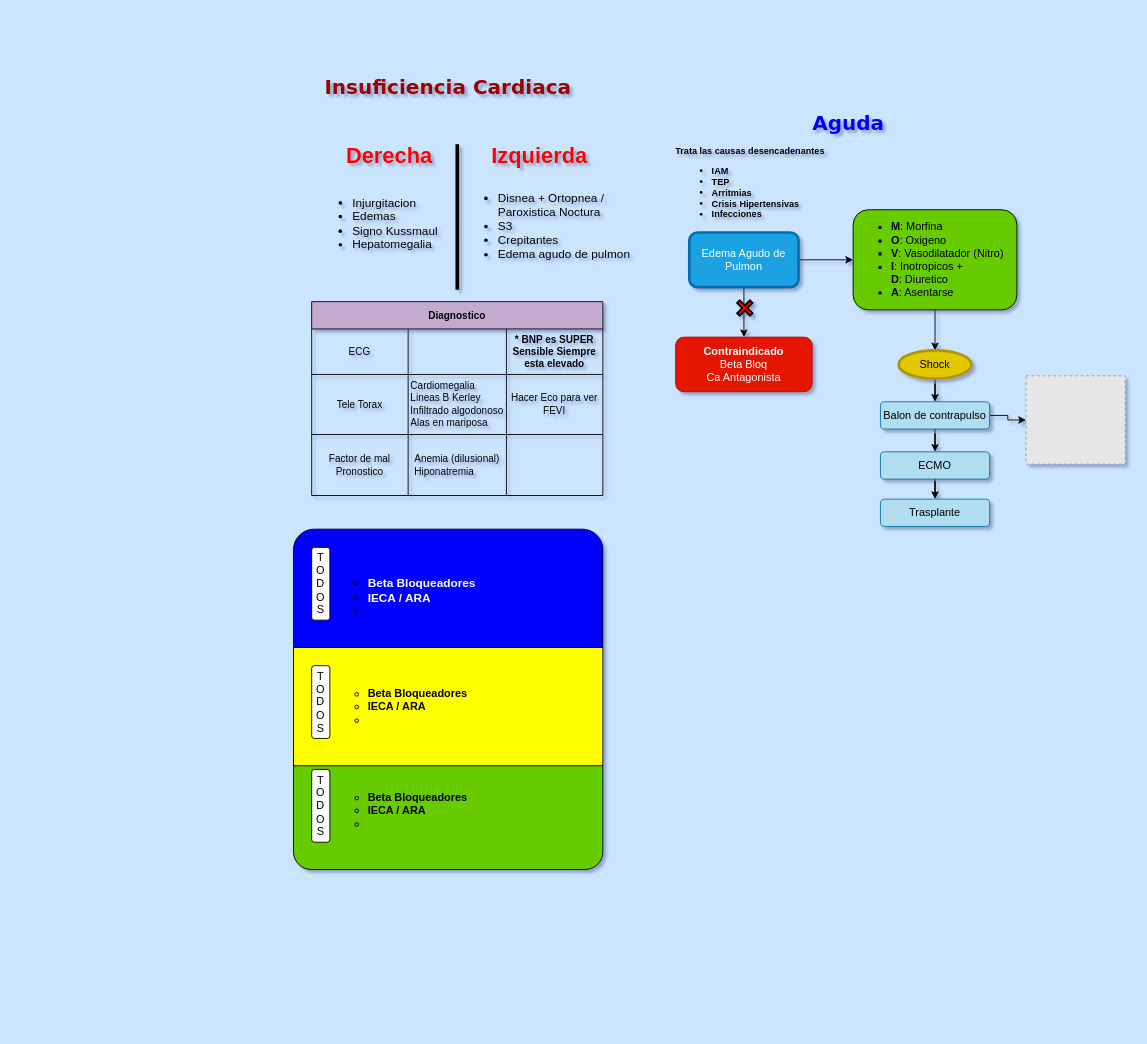
Above: Cardio 2.drawio in Santicabal/Apuntes (draw.io), before the change. Source tidied: cells renumbered, new cells numbered last; positions are measured from the earlier drawing's top-left corner, leaving out a move shared by most shapes. Both pictures are drawn from the tidied source at 91%, with x=0, y=0 at pixel (293, 74). Pictures stored in the file or linked from it are replaced by grey dashed boxes.
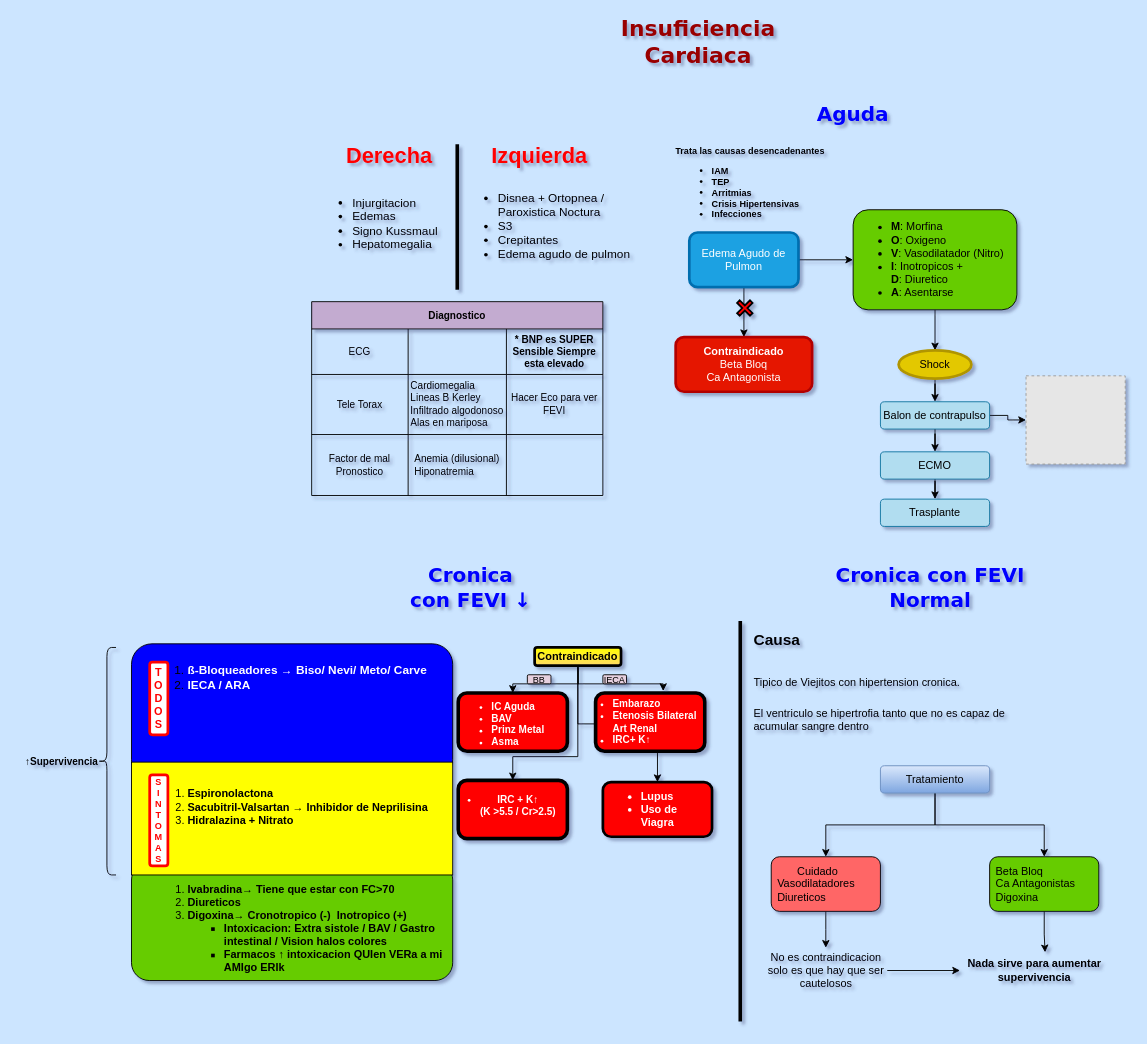
The same diagram, later.

Change to the diagram source:
```diff
@@
-    <mxCell id="2" value="&lt;ul&gt;&lt;ul&gt;&lt;li&gt;&lt;b&gt;Beta Bloqueadores&lt;/b&gt;&lt;/li&gt;&lt;li&gt;&lt;b&gt;IECA / ARA&lt;/b&gt;&lt;/li&gt;&lt;li&gt;&lt;br&gt;&lt;/li&gt;&lt;/ul&gt;&lt;/ul&gt;" style="html=1;whiteSpace=wrap;align=left;rounded=1;fillColor=#66CC00;" parent="1" vertex="1">
-      <mxGeometry y="744" width="340" height="130" as="geometry" />
+    <mxCell id="2" value="&lt;ul&gt;&lt;ol&gt;&lt;li&gt;&lt;b style=&quot;background-color: initial;&quot;&gt;Ivabradina→ Tiene que estar con FC&amp;gt;70&lt;/b&gt;&lt;br&gt;&lt;/li&gt;&lt;li&gt;&lt;b style=&quot;background-color: initial;&quot;&gt;Diureticos&lt;/b&gt;&lt;/li&gt;&lt;li&gt;&lt;b style=&quot;background-color: initial;&quot;&gt;Digoxina→ Cronotropico (-)&amp;nbsp; Inotropico (+)&lt;/b&gt;&lt;/li&gt;&lt;ul&gt;&lt;li&gt;&lt;b style=&quot;background-color: initial;&quot;&gt;Intoxicacion: Extra sistole / BAV / Gastro intestinal / Vision halos colores&lt;/b&gt;&lt;/li&gt;&lt;li&gt;&lt;b style=&quot;background-color: initial;&quot;&gt;Farmacos ↑ intoxicacion QUIen VERa a mi AMIgo ERIk&amp;nbsp;&lt;/b&gt;&lt;/li&gt;&lt;/ul&gt;&lt;/ol&gt;&lt;/ul&gt;" style="html=1;whiteSpace=wrap;align=left;rounded=1;fillColor=#66CC00;spacingLeft=-20;spacingBottom=-15;" parent="1" vertex="1">
+      <mxGeometry x="-178" y="866" width="353" height="130" as="geometry" />
     </mxCell>
-    <mxCell id="3" value="T&lt;br&gt;O&lt;br&gt;D&lt;br&gt;O&lt;br&gt;S" style="triangle;html=1;whiteSpace=wrap;shape=ext;perimeter=rectanglePerimeter;rounded=1;" parent="2" vertex="1">
-      <mxGeometry x="20" y="20" width="20" height="80" as="geometry" />
-    </mxCell>
-    <mxCell id="4" value="&lt;ul style=&quot;font-size: 13px;&quot;&gt;&lt;ul&gt;&lt;li&gt;&lt;font style=&quot;font-size: 13px;&quot; color=&quot;#ffffff&quot;&gt;&lt;b&gt;Beta Bloqueadores&lt;/b&gt;&lt;/font&gt;&lt;/li&gt;&lt;li&gt;&lt;font style=&quot;font-size: 13px;&quot; color=&quot;#ffffff&quot;&gt;&lt;b&gt;IECA / ARA&lt;/b&gt;&lt;/font&gt;&lt;/li&gt;&lt;li&gt;&lt;br&gt;&lt;/li&gt;&lt;/ul&gt;&lt;/ul&gt;" style="html=1;whiteSpace=wrap;align=left;rounded=1;fillColor=#0000FF;" parent="1" vertex="1">
-      <mxGeometry y="500" width="340" height="150" as="geometry" />
+    <mxCell id="4" value="&lt;ul style=&quot;font-size: 13px;&quot;&gt;&lt;ol&gt;&lt;li&gt;&lt;font style=&quot;font-size: 13px;&quot; color=&quot;#ffffff&quot;&gt;&lt;b&gt;ß-Bloqueadores → Biso/ Nevi/ Meto/ Carve&lt;/b&gt;&lt;/font&gt;&lt;/li&gt;&lt;li&gt;&lt;font style=&quot;font-size: 13px;&quot; color=&quot;#ffffff&quot;&gt;&lt;b&gt;IECA / ARA&amp;nbsp;&lt;/b&gt;&lt;/font&gt;&lt;/li&gt;&lt;/ol&gt;&lt;/ul&gt;" style="html=1;whiteSpace=wrap;align=left;rounded=1;fillColor=#0000FF;spacingLeft=-20;spacingBottom=76;" parent="1" vertex="1">
+      <mxGeometry x="-178" y="626" width="353" height="150" as="geometry" />
     </mxCell>
-    <mxCell id="5" value="T&lt;br&gt;O&lt;br&gt;D&lt;br&gt;O&lt;br&gt;S" style="triangle;html=1;whiteSpace=wrap;shape=ext;perimeter=rectanglePerimeter;rounded=1;" parent="4" vertex="1">
+    <mxCell id="5" value="T&lt;br&gt;O&lt;br&gt;D&lt;br&gt;O&lt;br&gt;S" style="triangle;html=1;whiteSpace=wrap;shape=ext;perimeter=rectanglePerimeter;rounded=1;strokeWidth=3;strokeColor=#FF0000;fontStyle=1;fontColor=#FF0000;" parent="4" vertex="1">
       <mxGeometry x="20" y="20" width="20" height="80" as="geometry" />
     </mxCell>
-    <mxCell id="6" value="&lt;ul&gt;&lt;ul&gt;&lt;li&gt;&lt;b&gt;Beta Bloqueadores&lt;/b&gt;&lt;/li&gt;&lt;li&gt;&lt;b&gt;IECA / ARA&lt;/b&gt;&lt;/li&gt;&lt;li&gt;&lt;br&gt;&lt;/li&gt;&lt;/ul&gt;&lt;/ul&gt;" style="html=1;whiteSpace=wrap;align=left;fillColor=#FFFF00;" parent="1" vertex="1">
-      <mxGeometry y="630" width="340" height="130" as="geometry" />
+    <mxCell id="6" value="&lt;div&gt;&lt;br&gt;&lt;/div&gt;&lt;ul&gt;&lt;ol&gt;&lt;li&gt;&lt;b&gt;Espironolactona&lt;/b&gt;&lt;/li&gt;&lt;li&gt;&lt;b&gt;Sacubitril-Valsartan → Inhibidor de Neprilisina&lt;/b&gt;&lt;/li&gt;&lt;li&gt;&lt;b&gt;Hidralazina + Nitrato&lt;/b&gt;&lt;/li&gt;&lt;/ol&gt;&lt;/ul&gt;" style="html=1;whiteSpace=wrap;align=left;fillColor=#FFFF00;spacingLeft=-20;spacingBottom=40;" parent="1" vertex="1">
+      <mxGeometry x="-178" y="756" width="353" height="124" as="geometry" />
     </mxCell>
-    <mxCell id="7" value="T&lt;br&gt;O&lt;br&gt;D&lt;br&gt;O&lt;br&gt;S" style="triangle;html=1;whiteSpace=wrap;shape=ext;perimeter=rectanglePerimeter;rounded=1;" parent="6" vertex="1">
-      <mxGeometry x="20" y="20" width="20" height="80" as="geometry" />
+    <mxCell id="7" value="S&lt;br style=&quot;font-size: 10px;&quot;&gt;I&lt;br style=&quot;font-size: 10px;&quot;&gt;N&lt;br style=&quot;font-size: 10px;&quot;&gt;T&lt;br style=&quot;font-size: 10px;&quot;&gt;O&lt;br style=&quot;font-size: 10px;&quot;&gt;M&lt;br style=&quot;font-size: 10px;&quot;&gt;A&lt;br style=&quot;font-size: 10px;&quot;&gt;S" style="triangle;html=1;whiteSpace=wrap;shape=ext;perimeter=rectanglePerimeter;rounded=1;fontSize=10;strokeColor=#FF0000;strokeWidth=3;fontStyle=1;fontColor=#FF0000;" parent="6" vertex="1">
+      <mxGeometry x="20" y="14" width="20" height="100" as="geometry" />
     </mxCell>
     <mxCell id="8" value="&lt;font color=&quot;#0000ff&quot;&gt;Aguda&lt;/font&gt;" style="text;html=1;strokeColor=none;fillColor=none;align=center;verticalAlign=middle;whiteSpace=wrap;rounded=0;fontFamily=Verdana;fontSize=22;fontStyle=1;fontColor=#990000;" parent="1" vertex="1">
-      <mxGeometry x="465" y="40" width="290" height="30" as="geometry" />
+      <mxGeometry x="555" y="30" width="120" height="30" as="geometry" />
     </mxCell>
-    <mxCell id="9" value="Insuficiencia Cardiaca" style="text;html=1;strokeColor=none;fillColor=none;align=center;verticalAlign=middle;whiteSpace=wrap;rounded=0;fontFamily=Verdana;fontSize=22;fontStyle=1;fontColor=#990000;" parent="1" vertex="1">
-      <mxGeometry x="25" width="290" height="30" as="geometry" />
+    <mxCell id="9" value="Insuficiencia Cardiaca" style="text;html=1;strokeColor=none;fillColor=none;align=center;verticalAlign=middle;whiteSpace=wrap;rounded=0;fontFamily=Verdana;fontSize=24;fontStyle=1;fontColor=#990000;" parent="1" vertex="1">
+      <mxGeometry x="300" y="-50" width="290" height="30" as="geometry" />
     </mxCell>
@@
-    <mxCell id="33" value="&lt;b&gt;Contraindicado&lt;/b&gt;&lt;br&gt;Beta Bloq&lt;br&gt;Ca Antagonista" style="whiteSpace=wrap;html=1;rounded=1;fillColor=#e51400;fontColor=#ffffff;strokeColor=#B20000;" parent="1" vertex="1">
+    <mxCell id="33" value="&lt;b&gt;Contraindicado&lt;/b&gt;&lt;br&gt;Beta Bloq&lt;br&gt;Ca Antagonista" style="whiteSpace=wrap;html=1;rounded=1;fillColor=#e51400;fontColor=#ffffff;strokeColor=#B20000;strokeWidth=3;" parent="1" vertex="1">
       <mxGeometry x="420" y="289" width="150" height="60" as="geometry" />
     </mxCell>
@@
+    <mxCell id="45" value="&lt;font color=&quot;#0000ff&quot;&gt;Cronica con FEVI ↓&lt;/font&gt;" style="text;html=1;strokeColor=none;fillColor=none;align=center;verticalAlign=middle;whiteSpace=wrap;rounded=0;fontFamily=Verdana;fontSize=22;fontStyle=1;fontColor=#990000;" parent="1" vertex="1">
+      <mxGeometry x="125" y="550" width="140" height="30" as="geometry" />
+    </mxCell>
+    <mxCell id="46" value="&lt;font color=&quot;#0000ff&quot;&gt;Cronica con FEVI Normal&lt;/font&gt;" style="text;html=1;strokeColor=none;fillColor=none;align=center;verticalAlign=middle;whiteSpace=wrap;rounded=0;fontFamily=Verdana;fontSize=22;fontStyle=1;fontColor=#990000;" parent="1" vertex="1">
+      <mxGeometry x="590" y="500" width="220" height="130" as="geometry" />
+    </mxCell>
+    <mxCell id="47" value="&lt;h1&gt;&lt;span style=&quot;background-color: initial; font-size: 17px;&quot;&gt;Causa&lt;/span&gt;&lt;/h1&gt;&lt;h1&gt;&lt;span style=&quot;font-size: 12px; font-weight: 400;&quot;&gt;Tipico de Viejitos con hipertension cronica.&lt;/span&gt;&lt;/h1&gt;&lt;div&gt;&lt;span style=&quot;font-size: 12px; font-weight: 400;&quot;&gt;El ventriculo se hipertrofia tanto que no es capaz de acumular sangre dentro&lt;/span&gt;&lt;/div&gt;" style="text;html=1;strokeColor=none;fillColor=none;spacing=5;spacingTop=0;whiteSpace=wrap;overflow=hidden;rounded=0;" parent="1" vertex="1">
+      <mxGeometry x="501" y="580" width="309" height="150" as="geometry" />
+    </mxCell>
+    <mxCell id="48" style="line;strokeWidth=4;direction=south;html=1;perimeter=backbonePerimeter;" parent="1" vertex="1">
+      <mxGeometry x="486" y="601" width="10" height="440" as="geometry" />
+    </mxCell>
+    <mxCell id="49" style="edgeStyle=orthogonalEdgeStyle;rounded=0;jettySize=auto;html=1;" parent="1" edge="1" source="51" target="53">
+      <mxGeometry relative="1" as="geometry" />
+    </mxCell>
+    <mxCell id="50" style="edgeStyle=orthogonalEdgeStyle;rounded=0;jettySize=auto;html=1;" parent="1" edge="1" source="51" target="55">
+      <mxGeometry relative="1" as="geometry" />
+    </mxCell>
+    <mxCell id="51" value="Tratamiento" style="rounded=1;whiteSpace=wrap;html=1;fillColor=#dae8fc;gradientColor=#7ea6e0;strokeColor=#6c8ebf;" parent="1" vertex="1">
+      <mxGeometry x="645" y="760" width="120" height="30" as="geometry" />
+    </mxCell>
+    <mxCell id="52" style="edgeStyle=orthogonalEdgeStyle;rounded=0;jettySize=auto;html=1;" parent="1" edge="1" source="53">
+      <mxGeometry relative="1" as="geometry">
+        <mxPoint x="585" y="960" as="targetPoint" />
+      </mxGeometry>
+    </mxCell>
+    <mxCell id="53" value="&lt;div style=&quot;text-align: center;&quot;&gt;&lt;span style=&quot;background-color: initial;&quot;&gt;&amp;nbsp;Cuidado&lt;/span&gt;&lt;/div&gt;Vasodilatadores&lt;br&gt;Diureticos" style="whiteSpace=wrap;html=1;rounded=1;align=left;spacingLeft=5;fillColor=#FF6666;" parent="1" vertex="1">
+      <mxGeometry x="525" y="860" width="120" height="60" as="geometry" />
+    </mxCell>
+    <mxCell id="54" style="edgeStyle=orthogonalEdgeStyle;rounded=0;jettySize=auto;html=1;entryX=0.575;entryY=-0.167;entryDx=0;entryDy=0;entryPerimeter=0;" parent="1" edge="1" source="55" target="58">
+      <mxGeometry relative="1" as="geometry" />
+    </mxCell>
+    <mxCell id="55" value="Beta Bloq&lt;br&gt;Ca Antagonistas&lt;br&gt;Digoxina" style="whiteSpace=wrap;html=1;rounded=1;align=left;spacingLeft=5;fillColor=#66CC00;" parent="1" vertex="1">
+      <mxGeometry x="765" y="860" width="120" height="60" as="geometry" />
+    </mxCell>
+    <mxCell id="56" style="edgeStyle=orthogonalEdgeStyle;rounded=0;jettySize=auto;html=1;" parent="1" edge="1" source="57" target="58">
+      <mxGeometry relative="1" as="geometry" />
+    </mxCell>
+    <mxCell id="57" value="No es contraindicacion solo es que hay que ser cautelosos" style="text;html=1;strokeColor=none;fillColor=none;align=center;verticalAlign=middle;whiteSpace=wrap;rounded=0;" parent="1" vertex="1">
+      <mxGeometry x="517.5" y="970" width="135" height="30" as="geometry" />
+    </mxCell>
+    <mxCell id="58" value="&lt;b&gt;Nada sirve para aumentar supervivencia&lt;/b&gt;" style="text;html=1;strokeColor=none;fillColor=none;align=center;verticalAlign=middle;whiteSpace=wrap;rounded=0;" parent="1" vertex="1">
+      <mxGeometry x="732.5" y="970" width="162.5" height="30" as="geometry" />
+    </mxCell>
+    <mxCell id="59" style="edgeStyle=elbowEdgeStyle;rounded=0;jettySize=auto;html=1;entryX=0.5;entryY=1;entryDx=0;entryDy=0;elbow=vertical;" parent="1" edge="1" source="63" target="64">
+      <mxGeometry relative="1" as="geometry">
+        <Array as="points">
+          <mxPoint x="313" y="670" />
+        </Array>
+      </mxGeometry>
+    </mxCell>
+    <mxCell id="60" style="edgeStyle=elbowEdgeStyle;rounded=0;jettySize=auto;html=1;exitX=0.5;exitY=1;exitDx=0;exitDy=0;elbow=vertical;" parent="1" edge="1" source="63" target="68">
+      <mxGeometry relative="1" as="geometry">
+        <Array as="points">
+          <mxPoint x="241" y="750" />
+        </Array>
+      </mxGeometry>
+    </mxCell>
+    <mxCell id="61" style="edgeStyle=elbowEdgeStyle;rounded=0;jettySize=auto;html=1;entryX=0.619;entryY=-0.033;entryDx=0;entryDy=0;entryPerimeter=0;elbow=vertical;" parent="1" edge="1" source="63" target="65">
+      <mxGeometry relative="1" as="geometry">
+        <Array as="points">
+          <mxPoint x="365" y="670" />
+        </Array>
+      </mxGeometry>
+    </mxCell>
+    <mxCell id="62" style="edgeStyle=orthogonalEdgeStyle;rounded=0;jettySize=auto;html=1;" parent="1" edge="1" source="63" target="71">
+      <mxGeometry relative="1" as="geometry" />
+    </mxCell>
+    <mxCell id="63" value="Contraindicado" style="text;html=1;strokeColor=#000000;fillColor=#FFFF00;align=center;verticalAlign=middle;whiteSpace=wrap;rounded=1;fontStyle=1;fontSize=12;labelBorderColor=none;strokeWidth=3;gradientColor=#ffd966;" parent="1" vertex="1">
+      <mxGeometry x="265" y="630" width="95" height="20" as="geometry" />
+    </mxCell>
+    <mxCell id="64" value="&lt;div style=&quot;text-align: right; font-size: 11px;&quot;&gt;&lt;br style=&quot;font-size: 11px;&quot;&gt;&lt;/div&gt;&lt;ul style=&quot;font-size: 11px;&quot;&gt;&lt;li style=&quot;text-align: left; font-size: 11px;&quot;&gt;IC Aguda&lt;/li&gt;&lt;li style=&quot;text-align: left; font-size: 11px;&quot;&gt;BAV&lt;/li&gt;&lt;li style=&quot;text-align: left; font-size: 11px;&quot;&gt;Prinz Metal&lt;/li&gt;&lt;li style=&quot;text-align: left; font-size: 11px;&quot;&gt;Asma&lt;/li&gt;&lt;/ul&gt;" style="rhombus;whiteSpace=wrap;html=1;align=center;fillColor=#FF0000;rounded=1;fontColor=#FFFFFF;fontStyle=1;shape=label;perimeter=rectanglePerimeter;verticalAlign=middle;strokeWidth=4;direction=west;fontSize=11;spacingLeft=-28;spacingBottom=0;spacingTop=-9;" parent="1" vertex="1">
+      <mxGeometry x="181" y="680" width="120" height="64" as="geometry" />
+    </mxCell>
+    <mxCell id="65" value="&lt;ul style=&quot;font-size: 11px;&quot;&gt;&lt;li style=&quot;font-size: 11px;&quot;&gt;Embarazo&lt;/li&gt;&lt;li style=&quot;font-size: 11px;&quot;&gt;Etenosis Bilateral Art Renal&lt;/li&gt;&lt;li style=&quot;font-size: 11px;&quot;&gt;IRC+ K↑&lt;/li&gt;&lt;/ul&gt;" style="rounded=1;whiteSpace=wrap;html=1;fontSize=11;align=left;spacingLeft=-23;fontStyle=1;fillColor=#FF0000;strokeWidth=4;fontColor=#FFFFFF;" parent="1" vertex="1">
+      <mxGeometry x="332" y="680" width="120" height="64" as="geometry" />
+    </mxCell>
+    <mxCell id="66" value="BB" style="rounded=1;whiteSpace=wrap;html=1;fontSize=10;fillColor=#E6D0DE;" parent="1" vertex="1">
+      <mxGeometry x="257" y="660" width="26" height="10" as="geometry" />
+    </mxCell>
+    <mxCell id="67" value="IECA" style="rounded=1;whiteSpace=wrap;html=1;fontSize=10;fillColor=#E6D0DE;" parent="1" vertex="1">
+      <mxGeometry x="340" y="660" width="26" height="10" as="geometry" />
+    </mxCell>
+    <mxCell id="68" value="&lt;div style=&quot;font-size: 11px;&quot;&gt;&lt;ul&gt;&lt;li&gt;IRC + K↑&lt;br&gt;(K &amp;gt;5.5 / Cr&amp;gt;2.5)&lt;/li&gt;&lt;/ul&gt;&lt;/div&gt;" style="rhombus;whiteSpace=wrap;html=1;align=center;fillColor=#FF0000;rounded=1;fontColor=#FFFFFF;fontStyle=1;shape=label;perimeter=rectanglePerimeter;verticalAlign=middle;strokeWidth=4;direction=west;fontSize=11;spacingLeft=-28;spacingBottom=0;spacingTop=-9;" parent="1" vertex="1">
+      <mxGeometry x="181" y="776" width="120" height="64" as="geometry" />
+    </mxCell>
+    <mxCell id="69" style="shape=curlyBracket;whiteSpace=wrap;html=1;rounded=1;labelPosition=left;verticalLabelPosition=middle;align=right;verticalAlign=middle;" parent="1" vertex="1">
+      <mxGeometry x="-215" y="630" width="20" height="250" as="geometry" />
+    </mxCell>
+    <mxCell id="70" value="↑Supervivencia" style="text;strokeColor=none;fillColor=none;html=1;fontSize=11;fontStyle=1;verticalAlign=middle;align=center;" parent="1" vertex="1">
+      <mxGeometry x="-305" y="736" width="100" height="40" as="geometry" />
+    </mxCell>
+    <mxCell id="71" value="&lt;ul&gt;&lt;li&gt;Lupus&lt;/li&gt;&lt;li&gt;Uso de Viagra&lt;/li&gt;&lt;/ul&gt;" style="whiteSpace=wrap;html=1;fillColor=#FF0000;strokeColor=#000000;gradientColor=none;rounded=1;fontStyle=1;labelBorderColor=none;strokeWidth=3;align=left;fontColor=#FFFFFF;" parent="1" vertex="1">
+      <mxGeometry x="340" y="778" width="120" height="60" as="geometry" />
+    </mxCell>
```
